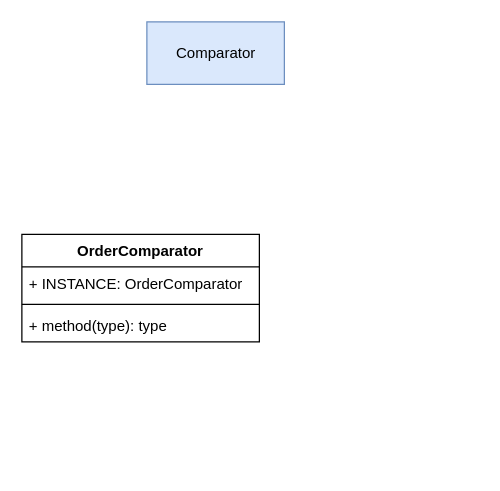
Above: 排序接口.drawio in quanqiang-li/draw (draw.io), before the change. Source tidied: cells renumbered, new cells numbered last; positions are measured from the earlier drawing's top-left corner, leaving out a move shared by most shapes. Both pictures are drawn from the tidied source at 125%, with x=0, y=0 at pixel (21, 21).
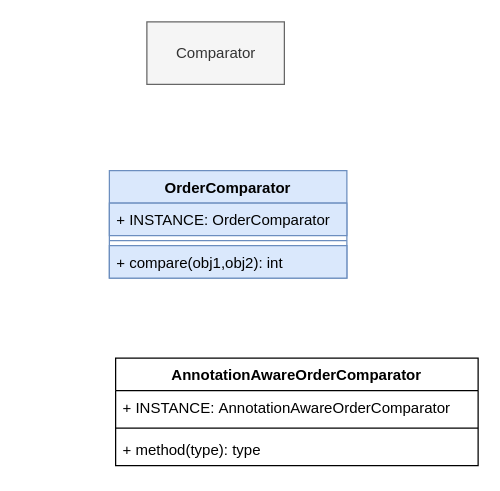
The same page after the edit.

Commit message:
更新排序接口.drawio

Diff of the diagram source:
```diff
@@
 <mxGraphModel>
   <root>
     <mxCell id="0" />
     <mxCell id="1" parent="0" />
-    <mxCell id="2" value="Comparator" style="html=1;fillColor=#dae8fc;strokeColor=#6c8ebf;" parent="1" vertex="1">
+    <mxCell id="2" value="Comparator" style="html=1;fillColor=#f5f5f5;strokeColor=#666666;fontColor=#333333;" parent="1" vertex="1">
       <mxGeometry x="100" width="110" height="50" as="geometry" />
     </mxCell>
-    <mxCell id="3" value="OrderComparator" style="swimlane;fontStyle=1;align=center;verticalAlign=top;horizontal=1;startSize=26;" parent="1" vertex="1">
-      <mxGeometry y="170" width="190" height="86" as="geometry" />
+    <mxCell id="3" value="OrderComparator" style="swimlane;fontStyle=1;align=center;verticalAlign=top;horizontal=1;startSize=26;fillColor=#dae8fc;strokeColor=#6c8ebf;" parent="1" vertex="1">
+      <mxGeometry x="70" y="119" width="190" height="86" as="geometry" />
     </mxCell>
-    <mxCell id="4" value="+ INSTANCE: OrderComparator" style="text;strokeColor=none;fillColor=none;align=left;verticalAlign=top;spacingLeft=4;spacingRight=4;overflow=hidden;" parent="3" vertex="1">
+    <mxCell id="4" value="+ INSTANCE: OrderComparator" style="text;strokeColor=#6c8ebf;fillColor=#dae8fc;align=left;verticalAlign=top;spacingLeft=4;spacingRight=4;overflow=hidden;" parent="3" vertex="1">
       <mxGeometry y="26" width="190" height="26" as="geometry" />
     </mxCell>
-    <mxCell id="5" style="line;strokeWidth=1;fillColor=none;align=left;verticalAlign=middle;spacingTop=-1;spacingLeft=3;spacingRight=3;labelPosition=right;" parent="3" vertex="1">
+    <mxCell id="5" style="line;strokeWidth=1;fillColor=#dae8fc;align=left;verticalAlign=middle;spacingTop=-1;spacingLeft=3;spacingRight=3;labelPosition=right;strokeColor=#6c8ebf;" parent="3" vertex="1">
       <mxGeometry y="52" width="190" height="8" as="geometry" />
     </mxCell>
-    <mxCell id="6" value="+ method(type): type" style="text;strokeColor=none;fillColor=none;align=left;verticalAlign=top;spacingLeft=4;spacingRight=4;overflow=hidden;" parent="3" vertex="1">
+    <mxCell id="6" value="+ compare(obj1,obj2): int" style="text;strokeColor=#6c8ebf;fillColor=#dae8fc;align=left;verticalAlign=top;spacingLeft=4;spacingRight=4;overflow=hidden;" parent="3" vertex="1">
       <mxGeometry y="60" width="190" height="26" as="geometry" />
     </mxCell>
+    <mxCell id="7" value="AnnotationAwareOrderComparator" style="swimlane;fontStyle=1;align=center;verticalAlign=top;horizontal=1;startSize=26;" parent="1" vertex="1">
+      <mxGeometry x="75" y="269" width="290" height="86" as="geometry" />
+    </mxCell>
+    <mxCell id="8" value="+ INSTANCE: AnnotationAwareOrderComparator" style="text;strokeColor=none;fillColor=none;align=left;verticalAlign=top;spacingLeft=4;spacingRight=4;overflow=hidden;" parent="7" vertex="1">
+      <mxGeometry y="26" width="290" height="26" as="geometry" />
+    </mxCell>
+    <mxCell id="9" style="line;strokeWidth=1;fillColor=none;align=left;verticalAlign=middle;spacingTop=-1;spacingLeft=3;spacingRight=3;labelPosition=right;" parent="7" vertex="1">
+      <mxGeometry y="52" width="290" height="8" as="geometry" />
+    </mxCell>
+    <mxCell id="10" value="+ method(type): type" style="text;strokeColor=none;fillColor=none;align=left;verticalAlign=top;spacingLeft=4;spacingRight=4;overflow=hidden;" parent="7" vertex="1">
+      <mxGeometry y="60" width="290" height="26" as="geometry" />
+    </mxCell>
   </root>
 </mxGraphModel>
```
